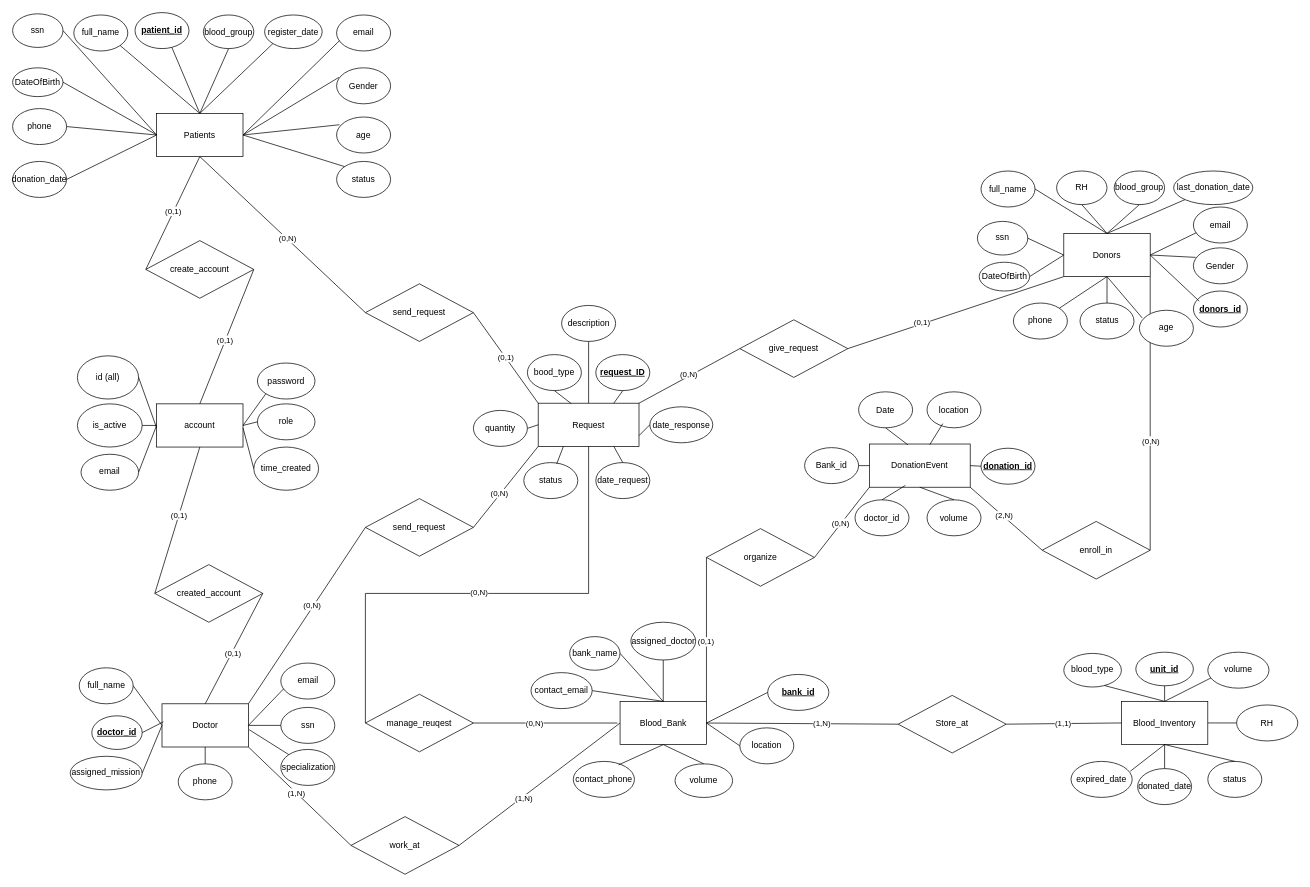
Above: ERD/ERD_Blood_Donation.drawio in MinhMan1301/blood_donation_project_group_4 (draw.io), before the change. Source tidied: cells renumbered, new cells numbered last; positions are measured from the earlier drawing's top-left corner, leaving out a move shared by most shapes. Both pictures are drawn from the tidied source at 72%, with x=0, y=0 at pixel (12, 12).
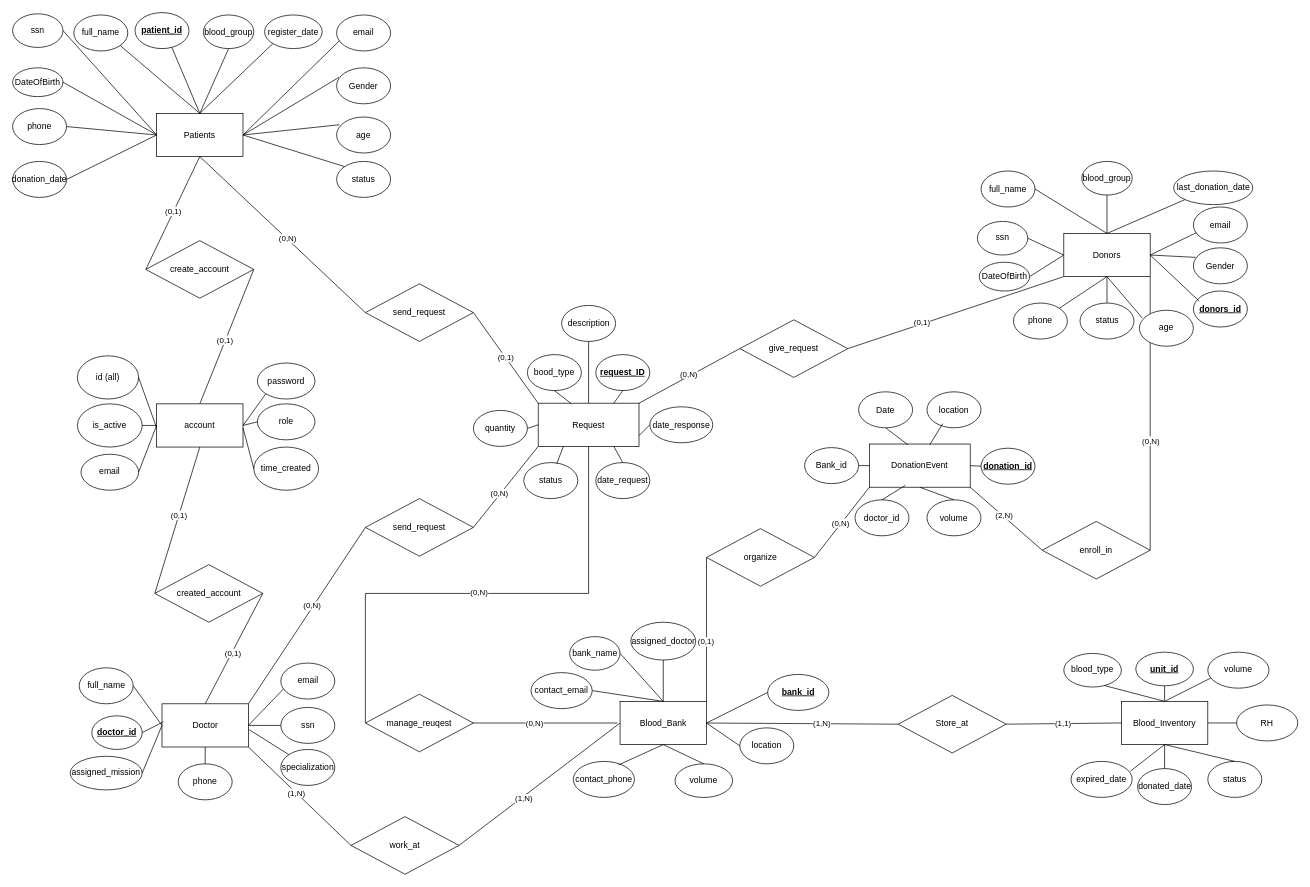
The same diagram, later.

Unchanged cells that the change refers to:
```xml
<mxCell id="4" style="group;" parent="1" vertex="1">
  <mxGeometry x="1340" y="206.7" width="382.5" height="256.7" as="geometry" />
</mxCell>
<mxCell id="5" value="Donors" style="rounded=0;whiteSpace=wrap;html=1;" parent="4" vertex="1">
  <mxGeometry x="120" y="100" width="120" height="60" as="geometry" />
</mxCell>
```

Change to the diagram source:
```diff
@@
     <mxCell id="10" value="blood_group" style="ellipse;whiteSpace=wrap;html=1;" parent="4" vertex="1">
-      <mxGeometry x="190" y="13.3" width="70" height="46.7" as="geometry" />
+      <mxGeometry x="145" width="70" height="46.7" as="geometry" />
     </mxCell>
@@
-    <mxCell id="12" value="RH" style="ellipse;whiteSpace=wrap;html=1;" parent="4" vertex="1">
-      <mxGeometry x="110" y="13.3" width="70" height="46.7" as="geometry" />
-    </mxCell>
-    <mxCell id="13" style="endArrow=none;html=1;rounded=0;exitX=0.5;exitY=0;exitDx=0;exitDy=0;entryX=0.5;entryY=1;entryDx=0;entryDy=0;" parent="4" edge="1" source="5" target="12">
-      <mxGeometry relative="1" as="geometry" />
-    </mxCell>
```
